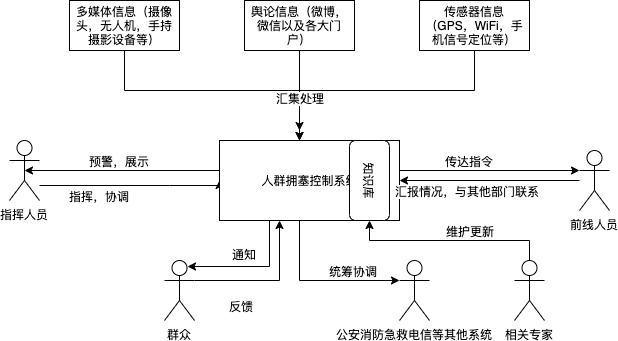
bulffi/software-management-doc keeps this draw.io diagram as img/function.png. Above is the earlier version. Source tidied: cells renumbered, new cells last; positions are measured from the earlier drawing's top-left corner, leaving out a move shared by most shapes. Source of this version:
```xml
<mxGraphModel>
  <root>
    <mxCell id="0" />
    <mxCell id="1" parent="0" />
    <mxCell id="2" style="edgeStyle=orthogonalEdgeStyle;rounded=0;jettySize=auto;html=1;entryX=0;entryY=0.5;entryDx=0;entryDy=0;" parent="1" edge="1" source="4" target="13">
      <mxGeometry relative="1" as="geometry">
        <Array as="points">
          <mxPoint x="160" y="185" />
          <mxPoint x="160" y="185" />
        </Array>
      </mxGeometry>
    </mxCell>
    <mxCell id="3" value="指挥，协调" style="text;html=1;align=center;verticalAlign=middle;labelBackgroundColor=#ffffff;" parent="2" vertex="1">
      <mxGeometry x="-0.13" y="-4" relative="1" as="geometry">
        <mxPoint x="-21" y="6" as="offset" />
      </mxGeometry>
    </mxCell>
    <mxCell id="4" value="指挥人员" style="shape=umlActor;verticalLabelPosition=bottom;labelBackgroundColor=#ffffff;verticalAlign=top;html=1;outlineConnect=0;" parent="1" vertex="1">
      <mxGeometry y="140" width="30" height="60" as="geometry" />
    </mxCell>
    <mxCell id="5" style="edgeStyle=orthogonalEdgeStyle;rounded=0;jettySize=auto;html=1;entryX=0.5;entryY=0.5;entryDx=0;entryDy=0;entryPerimeter=0;exitX=0;exitY=0.25;exitDx=0;exitDy=0;" parent="1" edge="1" source="13" target="4">
      <mxGeometry relative="1" as="geometry">
        <Array as="points">
          <mxPoint x="210" y="170" />
        </Array>
      </mxGeometry>
    </mxCell>
    <mxCell id="6" value="预警，展示" style="text;html=1;align=center;verticalAlign=middle;labelBackgroundColor=#ffffff;" parent="5" vertex="1">
      <mxGeometry x="0.37" y="2" relative="1" as="geometry">
        <mxPoint x="30" y="-12" as="offset" />
      </mxGeometry>
    </mxCell>
    <mxCell id="7" style="edgeStyle=orthogonalEdgeStyle;rounded=0;jettySize=auto;html=1;entryX=0.75;entryY=0.1;entryDx=0;entryDy=0;entryPerimeter=0;" parent="1" edge="1" source="13" target="23">
      <mxGeometry relative="1" as="geometry">
        <Array as="points">
          <mxPoint x="260" y="266" />
        </Array>
      </mxGeometry>
    </mxCell>
    <mxCell id="8" value="通知" style="text;html=1;align=center;verticalAlign=middle;labelBackgroundColor=#ffffff;" parent="7" vertex="1">
      <mxGeometry x="-0.29" y="-14" relative="1" as="geometry">
        <mxPoint x="-26" y="1" as="offset" />
      </mxGeometry>
    </mxCell>
    <mxCell id="9" style="edgeStyle=orthogonalEdgeStyle;rounded=0;jettySize=auto;html=1;entryX=0;entryY=0.3333333333333333;entryDx=0;entryDy=0;entryPerimeter=0;" parent="1" edge="1" source="13" target="26">
      <mxGeometry relative="1" as="geometry">
        <Array as="points">
          <mxPoint x="390" y="170" />
          <mxPoint x="390" y="170" />
        </Array>
      </mxGeometry>
    </mxCell>
    <mxCell id="10" value="传达指令" style="text;html=1;align=center;verticalAlign=middle;labelBackgroundColor=#ffffff;" parent="9" vertex="1">
      <mxGeometry x="-0.27" y="1" relative="1" as="geometry">
        <mxPoint x="3" y="-9" as="offset" />
      </mxGeometry>
    </mxCell>
    <mxCell id="11" style="edgeStyle=orthogonalEdgeStyle;rounded=0;jettySize=auto;html=1;" parent="1" edge="1" source="13" target="27">
      <mxGeometry relative="1" as="geometry">
        <Array as="points">
          <mxPoint x="290" y="280" />
        </Array>
      </mxGeometry>
    </mxCell>
    <mxCell id="12" value="统筹协调" style="text;html=1;align=center;verticalAlign=middle;labelBackgroundColor=#ffffff;" parent="11" vertex="1">
      <mxGeometry x="0.31" relative="1" as="geometry">
        <mxPoint x="9" y="-10" as="offset" />
      </mxGeometry>
    </mxCell>
    <mxCell id="13" value="人群拥塞控制系统" style="rounded=0;whiteSpace=wrap;html=1;" parent="1" vertex="1">
      <mxGeometry x="210" y="140" width="180" height="80" as="geometry" />
    </mxCell>
    <mxCell id="14" style="edgeStyle=orthogonalEdgeStyle;rounded=0;jettySize=auto;html=1;" parent="1" edge="1" source="15">
      <mxGeometry relative="1" as="geometry">
        <mxPoint x="290" y="140" as="targetPoint" />
        <Array as="points">
          <mxPoint x="115" y="90" />
          <mxPoint x="290" y="90" />
        </Array>
      </mxGeometry>
    </mxCell>
    <mxCell id="15" value="多媒体信息（摄像头，无人机，手持摄影设备等）" style="rounded=0;whiteSpace=wrap;html=1;" parent="1" vertex="1">
      <mxGeometry x="60" width="110" height="50" as="geometry" />
    </mxCell>
    <mxCell id="16" style="edgeStyle=orthogonalEdgeStyle;rounded=0;jettySize=auto;html=1;" parent="1" edge="1" source="17">
      <mxGeometry relative="1" as="geometry">
        <mxPoint x="290" y="140" as="targetPoint" />
      </mxGeometry>
    </mxCell>
    <mxCell id="17" value="舆论信息（微博，微信以及各大门户）" style="rounded=0;whiteSpace=wrap;html=1;" parent="1" vertex="1">
      <mxGeometry x="235" width="110" height="50" as="geometry" />
    </mxCell>
    <mxCell id="18" style="edgeStyle=orthogonalEdgeStyle;rounded=0;jettySize=auto;html=1;" parent="1" edge="1" source="20">
      <mxGeometry relative="1" as="geometry">
        <mxPoint x="290" y="130" as="targetPoint" />
        <Array as="points">
          <mxPoint x="465" y="90" />
          <mxPoint x="290" y="90" />
        </Array>
      </mxGeometry>
    </mxCell>
    <mxCell id="19" value="汇集处理" style="text;html=1;align=center;verticalAlign=middle;labelBackgroundColor=#ffffff;" parent="18" vertex="1">
      <mxGeometry x="0.74" relative="1" as="geometry" />
    </mxCell>
    <mxCell id="20" value="传感器信息（GPS，WiFi，手机信号定位等）" style="rounded=0;whiteSpace=wrap;html=1;" parent="1" vertex="1">
      <mxGeometry x="410" width="110" height="50" as="geometry" />
    </mxCell>
    <mxCell id="21" style="edgeStyle=orthogonalEdgeStyle;rounded=0;jettySize=auto;html=1;" parent="1" edge="1" source="23">
      <mxGeometry relative="1" as="geometry">
        <mxPoint x="270" y="220" as="targetPoint" />
        <Array as="points">
          <mxPoint x="270" y="280" />
        </Array>
      </mxGeometry>
    </mxCell>
    <mxCell id="22" value="反馈" style="text;html=1;align=center;verticalAlign=middle;labelBackgroundColor=#ffffff;" parent="21" vertex="1">
      <mxGeometry x="0.16" y="2" relative="1" as="geometry">
        <mxPoint x="-38" y="27" as="offset" />
      </mxGeometry>
    </mxCell>
    <mxCell id="23" value="群众" style="shape=umlActor;verticalLabelPosition=bottom;labelBackgroundColor=#ffffff;verticalAlign=top;html=1;outlineConnect=0;" parent="1" vertex="1">
      <mxGeometry x="155" y="260" width="30" height="60" as="geometry" />
    </mxCell>
    <mxCell id="24" style="edgeStyle=orthogonalEdgeStyle;rounded=0;jettySize=auto;html=1;entryX=1;entryY=0.5;entryDx=0;entryDy=0;" parent="1" edge="1" source="26" target="13">
      <mxGeometry relative="1" as="geometry" />
    </mxCell>
    <mxCell id="25" value="汇报情况，与其他部门联系" style="text;html=1;align=center;verticalAlign=middle;labelBackgroundColor=#ffffff;" parent="24" vertex="1">
      <mxGeometry x="0.31" y="3" relative="1" as="geometry">
        <mxPoint x="5" y="7" as="offset" />
      </mxGeometry>
    </mxCell>
    <mxCell id="26" value="前线人员" style="shape=umlActor;verticalLabelPosition=bottom;labelBackgroundColor=#ffffff;verticalAlign=top;html=1;outlineConnect=0;" parent="1" vertex="1">
      <mxGeometry x="570" y="150" width="30" height="60" as="geometry" />
    </mxCell>
    <mxCell id="27" value="公安消防急救电信等其他系统" style="shape=umlActor;verticalLabelPosition=bottom;labelBackgroundColor=#ffffff;verticalAlign=top;html=1;outlineConnect=0;" parent="1" vertex="1">
      <mxGeometry x="390" y="260" width="30" height="60" as="geometry" />
    </mxCell>
    <mxCell id="28" value="知识库" style="rounded=1;whiteSpace=wrap;html=1;rotation=90;" parent="1" vertex="1">
      <mxGeometry x="320" y="160" width="80" height="40" as="geometry" />
    </mxCell>
    <mxCell id="29" style="edgeStyle=orthogonalEdgeStyle;rounded=0;jettySize=auto;html=1;" parent="1" edge="1" source="31" target="28">
      <mxGeometry relative="1" as="geometry">
        <Array as="points">
          <mxPoint x="520" y="240" />
          <mxPoint x="360" y="240" />
        </Array>
      </mxGeometry>
    </mxCell>
    <mxCell id="30" value="维护更新" style="text;html=1;align=center;verticalAlign=middle;labelBackgroundColor=#ffffff;" parent="29" vertex="1">
      <mxGeometry x="-0.36" y="1" relative="1" as="geometry">
        <mxPoint x="-16" y="-11" as="offset" />
      </mxGeometry>
    </mxCell>
    <mxCell id="31" value="相关专家" style="shape=umlActor;verticalLabelPosition=bottom;labelBackgroundColor=#ffffff;verticalAlign=top;html=1;outlineConnect=0;" parent="1" vertex="1">
      <mxGeometry x="505" y="260" width="30" height="60" as="geometry" />
    </mxCell>
  </root>
</mxGraphModel>
```
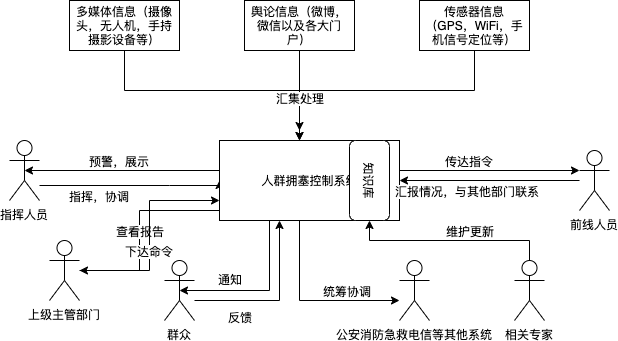
Later version of the same file.

Diff of the diagram source:
```diff
@@ -30,10 +30,10 @@
         <mxPoint x="30" y="-12" as="offset" />
       </mxGeometry>
     </mxCell>
-    <mxCell id="7" style="edgeStyle=orthogonalEdgeStyle;rounded=0;jettySize=auto;html=1;entryX=0.75;entryY=0.1;entryDx=0;entryDy=0;entryPerimeter=0;" parent="1" edge="1" source="13" target="23">
+    <mxCell id="7" style="edgeStyle=orthogonalEdgeStyle;rounded=0;jettySize=auto;html=1;entryX=0.5;entryY=0.5;entryDx=0;entryDy=0;entryPerimeter=0;" parent="1" edge="1" source="13" target="23">
       <mxGeometry relative="1" as="geometry">
         <Array as="points">
-          <mxPoint x="260" y="266" />
+          <mxPoint x="260" y="290" />
         </Array>
       </mxGeometry>
     </mxCell>
@@ -58,7 +58,7 @@
     <mxCell id="11" style="edgeStyle=orthogonalEdgeStyle;rounded=0;jettySize=auto;html=1;" parent="1" edge="1" source="13" target="27">
       <mxGeometry relative="1" as="geometry">
         <Array as="points">
-          <mxPoint x="290" y="280" />
+          <mxPoint x="290" y="300" />
         </Array>
       </mxGeometry>
     </mxCell>
@@ -67,6 +67,19 @@
         <mxPoint x="9" y="-10" as="offset" />
       </mxGeometry>
     </mxCell>
+    <mxCell id="32" style="edgeStyle=orthogonalEdgeStyle;rounded=0;jettySize=auto;html=1;" parent="1" edge="1" source="13" target="36">
+      <mxGeometry relative="1" as="geometry">
+        <Array as="points">
+          <mxPoint x="130" y="210" />
+          <mxPoint x="130" y="270" />
+        </Array>
+      </mxGeometry>
+    </mxCell>
+    <mxCell id="33" value="查看报告" style="text;html=1;align=center;verticalAlign=middle;labelBackgroundColor=#ffffff;" parent="32" vertex="1">
+      <mxGeometry x="-0.2" y="20" relative="1" as="geometry">
+        <mxPoint x="-20" y="20" as="offset" />
+      </mxGeometry>
+    </mxCell>
     <mxCell id="13" value="人群拥塞控制系统" style="rounded=0;whiteSpace=wrap;html=1;" parent="1" vertex="1">
       <mxGeometry x="210" y="140" width="180" height="80" as="geometry" />
     </mxCell>
@@ -105,11 +118,12 @@
     <mxCell id="20" value="传感器信息（GPS，WiFi，手机信号定位等）" style="rounded=0;whiteSpace=wrap;html=1;" parent="1" vertex="1">
       <mxGeometry x="410" width="110" height="50" as="geometry" />
     </mxCell>
-    <mxCell id="21" style="edgeStyle=orthogonalEdgeStyle;rounded=0;jettySize=auto;html=1;" parent="1" edge="1" source="23">
+    <mxCell id="21" style="edgeStyle=orthogonalEdgeStyle;rounded=0;orthogonalLoop=1;jettySize=auto;html=1;" parent="1" edge="1">
       <mxGeometry relative="1" as="geometry">
+        <mxPoint x="185" y="300" as="sourcePoint" />
         <mxPoint x="270" y="220" as="targetPoint" />
         <Array as="points">
-          <mxPoint x="270" y="280" />
+          <mxPoint x="270" y="300" />
         </Array>
       </mxGeometry>
     </mxCell>
@@ -154,5 +168,14 @@
     <mxCell id="31" value="相关专家" style="shape=umlActor;verticalLabelPosition=bottom;labelBackgroundColor=#ffffff;verticalAlign=top;html=1;outlineConnect=0;" parent="1" vertex="1">
       <mxGeometry x="505" y="260" width="30" height="60" as="geometry" />
     </mxCell>
+    <mxCell id="34" style="edgeStyle=orthogonalEdgeStyle;rounded=0;jettySize=auto;html=1;entryX=0;entryY=0.75;entryDx=0;entryDy=0;" parent="1" edge="1" source="36" target="13">
+      <mxGeometry relative="1" as="geometry" />
+    </mxCell>
+    <mxCell id="35" value="下达命令" style="text;html=1;align=center;verticalAlign=middle;labelBackgroundColor=#ffffff;" parent="34" vertex="1">
+      <mxGeometry x="-0.34" y="20" relative="1" as="geometry" />
+    </mxCell>
+    <mxCell id="36" value="上级主管部门" style="shape=umlActor;verticalLabelPosition=bottom;labelBackgroundColor=#ffffff;verticalAlign=top;html=1;outlineConnect=0;" parent="1" vertex="1">
+      <mxGeometry x="40" y="240" width="30" height="60" as="geometry" />
+    </mxCell>
   </root>
 </mxGraphModel>
```
